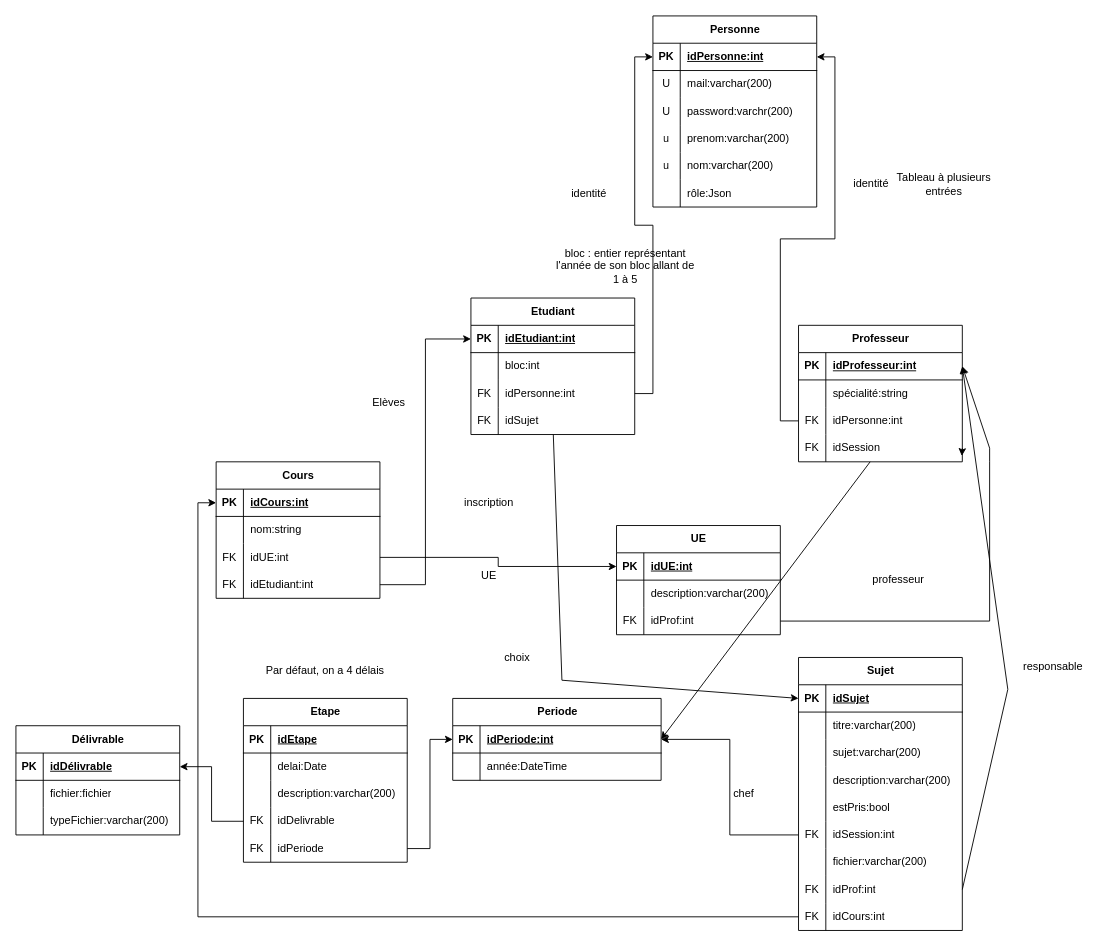
Earlier version of the draw.io diagram page "Schéma relationnel" (1 of 2) of Docs/diagrammes/entiteRelationBD.drawio (Eragon6080/ProjetLogiciel2024). Source tidied: cells renumbered, new cells numbered last; positions are measured from the earlier drawing's top-left corner, leaving out a move shared by most shapes. Both pictures are drawn from the tidied source at 91%, with x=0, y=0 at pixel (15, 15).
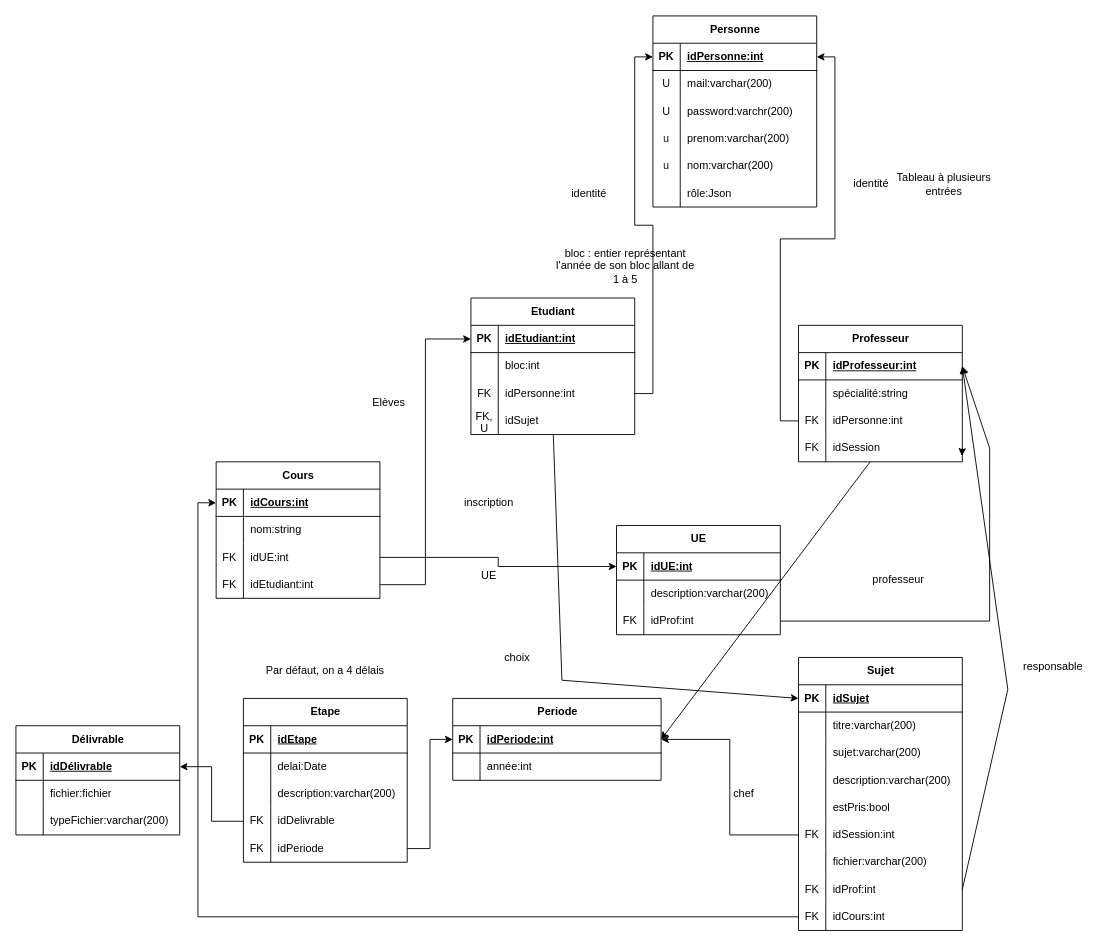
After the change.

The change refers to these unchanged cells:
```xml
<mxCell id="76" style="shape=tableRow;horizontal=0;startSize=0;swimlaneHead=0;swimlaneBody=0;fillColor=none;points=[[0,0.5],[1,0.5]];portConstraint=eastwest;top=0;left=0;right=0;bottom=0;" parent="66" vertex="1">
  <mxGeometry y="120" width="180" height="30" as="geometry" />
</mxCell>
<mxCell id="102" style="shape=tableRow;horizontal=0;startSize=0;swimlaneHead=0;swimlaneBody=0;fillColor=none;top=0;left=0;right=0;bottom=0;" parent="98" vertex="1">
  <mxGeometry y="60" width="229" height="30" as="geometry" />
</mxCell>
```

What changed in the source:
```diff
@@
-    <mxCell id="77" value="FK" style="shape=partialRectangle;fillColor=none;top=0;left=0;bottom=0;right=0;overflow=hidden;whiteSpace=wrap;html=1;" parent="76" vertex="1">
+    <mxCell id="77" value="FK, U" style="shape=partialRectangle;fillColor=none;top=0;left=0;bottom=0;right=0;overflow=hidden;whiteSpace=wrap;html=1;" parent="76" vertex="1">
       <mxGeometry width="30" height="30" as="geometry" />
     </mxCell>
@@
-    <mxCell id="104" value="année:DateTime" style="shape=partialRectangle;fillColor=none;top=0;left=0;bottom=0;right=0;align=left;spacingLeft=6;overflow=hidden;whiteSpace=wrap;html=1;" parent="102" vertex="1">
+    <mxCell id="104" value="année:int" style="shape=partialRectangle;fillColor=none;top=0;left=0;bottom=0;right=0;align=left;spacingLeft=6;overflow=hidden;whiteSpace=wrap;html=1;" parent="102" vertex="1">
       <mxGeometry x="30" width="199" height="30" as="geometry" />
     </mxCell>
```
